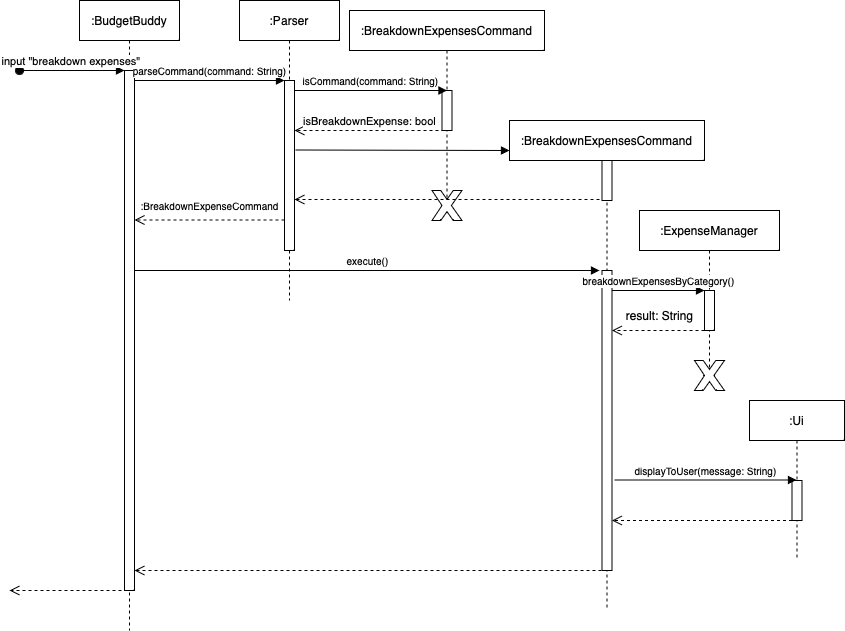
Before: docs/diagrams/BreakdownExpenseSequenceDiagram.drawio.png, a diagram exported from draw.io (telferang/tp). Source tidied: cells renumbered, new cells last; positions are measured from the earlier drawing's top-left corner, leaving out a move shared by most shapes.
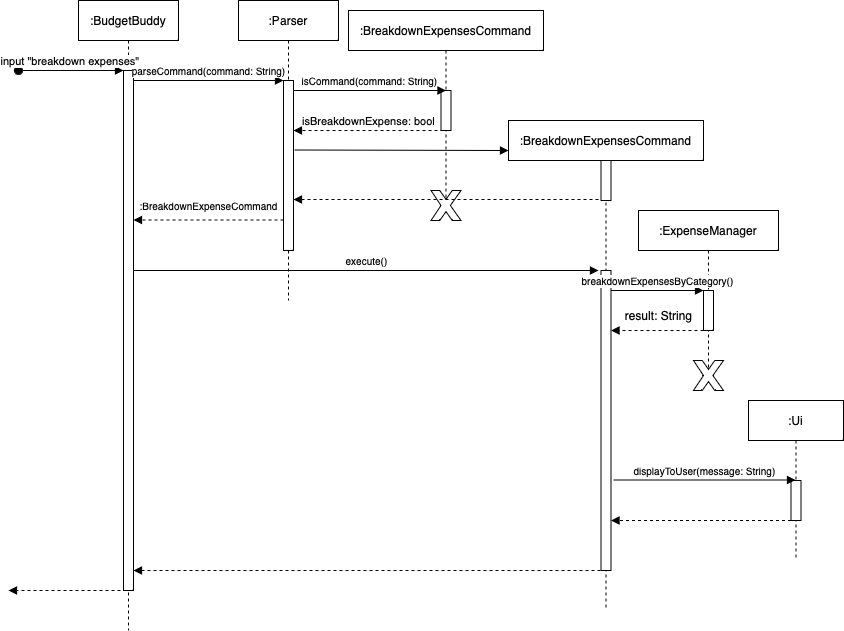
The same file after the commit.

Commit message:
Edit DG Sequence diagrams.

Diff of the diagram source:
```diff
@@ -26,7 +26,7 @@
         </Array>
       </mxGeometry>
     </mxCell>
-    <mxCell id="8" style="html=1;verticalAlign=bottom;endArrow=open;dashed=1;endSize=8;edgeStyle=elbowEdgeStyle;elbow=vertical;curved=0;rounded=0;" parent="1" edge="1">
+    <mxCell id="8" style="html=1;verticalAlign=bottom;endArrow=block;dashed=1;endSize=6;edgeStyle=elbowEdgeStyle;elbow=vertical;curved=0;rounded=0;endFill=1;" parent="1" edge="1">
       <mxGeometry relative="1" as="geometry">
         <mxPoint x="275" y="219.5" as="sourcePoint" />
         <mxPoint x="125" y="219.5" as="targetPoint" />
@@ -41,12 +41,12 @@
     <mxCell id="10" style="html=1;perimeter=orthogonalPerimeter;targetShapes=umlLifeline;newEdgeStyle={&quot;edgeStyle&quot;:&quot;elbowEdgeStyle&quot;,&quot;elbow&quot;:&quot;vertical&quot;,&quot;curved&quot;:0,&quot;rounded&quot;:0};" parent="9" vertex="1">
       <mxGeometry x="92.5" y="80" width="10" height="40" as="geometry" />
     </mxCell>
-    <mxCell id="11" value="&lt;font style=&quot;font-size: 10px;&quot;&gt;isCommand(command: String)&lt;/font&gt;" style="html=1;verticalAlign=bottom;endArrow=block;elbow=vertical;rounded=0;" parent="1" edge="1" source="6">
+    <mxCell id="11" value="&lt;font style=&quot;font-size: 10px;&quot;&gt;isCommand(command: String)&lt;/font&gt;" style="html=1;verticalAlign=bottom;endArrow=block;elbow=vertical;rounded=0;endSize=6;" parent="1" edge="1" source="6">
       <mxGeometry relative="1" as="geometry">
         <mxPoint x="437.5" y="90" as="targetPoint" />
       </mxGeometry>
     </mxCell>
-    <mxCell id="12" value="isBreakdownExpense: bool" style="html=1;verticalAlign=bottom;endArrow=open;dashed=1;endSize=8;elbow=vertical;rounded=0;" parent="1" edge="1" target="6">
+    <mxCell id="12" value="isBreakdownExpense: bool" style="html=1;verticalAlign=bottom;endArrow=block;dashed=1;endSize=6;elbow=vertical;rounded=0;endFill=1;" parent="1" edge="1" target="6">
       <mxGeometry relative="1" as="geometry">
         <mxPoint x="435" y="130" as="sourcePoint" />
         <Array as="points">
@@ -72,7 +72,7 @@
         <mxPoint x="500" y="150" as="targetPoint" />
       </mxGeometry>
     </mxCell>
-    <mxCell id="18" style="html=1;verticalAlign=bottom;endArrow=open;dashed=1;endSize=8;elbow=vertical;rounded=0;" parent="1" edge="1" target="6">
+    <mxCell id="18" style="html=1;verticalAlign=bottom;endArrow=block;dashed=1;endSize=6;elbow=vertical;rounded=0;endFill=1;" parent="1" edge="1" target="6">
       <mxGeometry relative="1" as="geometry">
         <mxPoint x="590" y="199" as="sourcePoint" />
       </mxGeometry>
@@ -99,7 +99,7 @@
         <mxPoint x="695" y="290" as="targetPoint" />
       </mxGeometry>
     </mxCell>
-    <mxCell id="24" style="html=1;verticalAlign=bottom;endArrow=open;dashed=1;endSize=8;elbow=vertical;rounded=0;" parent="1" edge="1" target="16">
+    <mxCell id="24" style="html=1;verticalAlign=bottom;endArrow=block;dashed=1;endSize=6;elbow=vertical;rounded=0;endFill=1;" parent="1" edge="1" target="16">
       <mxGeometry relative="1" as="geometry">
         <mxPoint x="695" y="330" as="sourcePoint" />
       </mxGeometry>
@@ -121,19 +121,19 @@
         <mxPoint x="605" y="479.5" as="sourcePoint" />
       </mxGeometry>
     </mxCell>
-    <mxCell id="30" style="html=1;verticalAlign=bottom;endArrow=open;dashed=1;endSize=8;elbow=vertical;rounded=0;" parent="1" edge="1" source="28" target="16">
+    <mxCell id="30" style="html=1;verticalAlign=bottom;endArrow=block;dashed=1;endSize=6;elbow=vertical;rounded=0;endFill=1;" parent="1" edge="1" source="28" target="16">
       <mxGeometry relative="1" as="geometry">
         <Array as="points">
           <mxPoint x="750" y="520" />
         </Array>
       </mxGeometry>
     </mxCell>
-    <mxCell id="31" style="html=1;verticalAlign=bottom;endArrow=open;dashed=1;endSize=8;elbow=vertical;rounded=0;" parent="1" edge="1" target="3">
+    <mxCell id="31" style="html=1;verticalAlign=bottom;endArrow=block;dashed=1;endSize=6;elbow=vertical;rounded=0;endFill=1;" parent="1" edge="1" target="3">
       <mxGeometry relative="1" as="geometry">
         <mxPoint x="592" y="570" as="sourcePoint" />
       </mxGeometry>
     </mxCell>
-    <mxCell id="32" style="html=1;verticalAlign=bottom;endArrow=open;dashed=1;endSize=8;elbow=vertical;rounded=0;" parent="1" edge="1">
+    <mxCell id="32" style="html=1;verticalAlign=bottom;endArrow=block;dashed=1;endSize=6;elbow=vertical;rounded=0;endFill=1;" parent="1" edge="1">
       <mxGeometry relative="1" as="geometry">
         <mxPoint x="112" y="590" as="sourcePoint" />
         <mxPoint y="590" as="targetPoint" />
```
